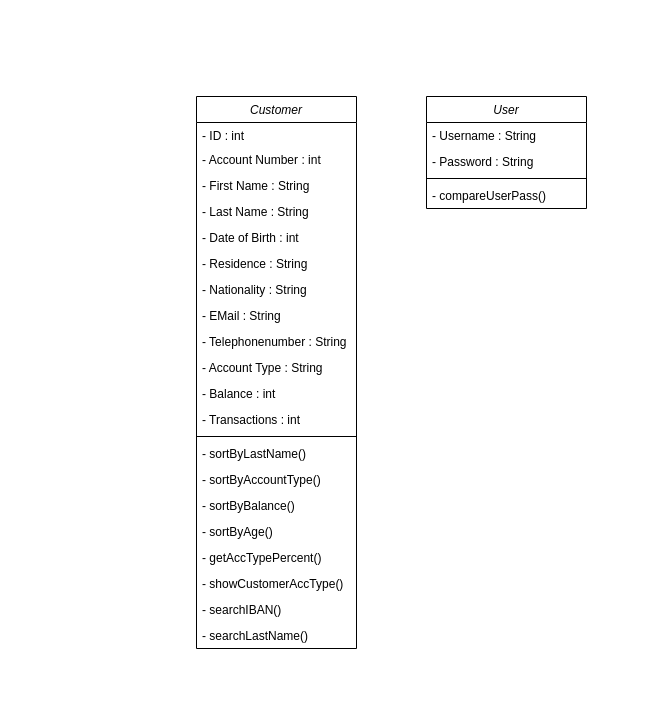
GreenSqu1rrel/c24ExamAssignmentTobiJoshi keeps this draw.io diagram as C24ExamAssignmentTobiJoshi.drawio. Above is the earlier version. Source tidied: cells renumbered, new cells numbered last; positions are measured from the earlier drawing's top-left corner, leaving out a move shared by most shapes. Both pictures are drawn from the tidied source at 100%, with x=0, y=0 at pixel (196, 96).
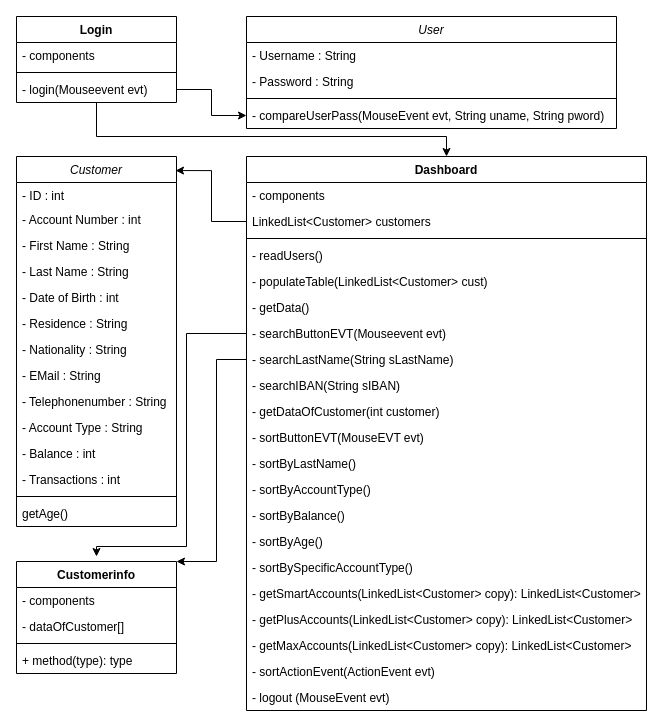
The same page after the edit.

Change to the diagram source:
```diff
@@
     <mxCell id="2" value="Customer" style="swimlane;fontStyle=2;align=center;verticalAlign=top;horizontal=1;startSize=26;rounded=0;shadow=0;strokeWidth=1;" parent="1" vertex="1">
-      <mxGeometry width="160" height="552" as="geometry" />
+      <mxGeometry x="-180" y="60" width="160" height="370" as="geometry" />
     </mxCell>
@@
-    <mxCell id="16" value="- sortByLastName()" style="text;align=left;verticalAlign=top;spacingLeft=4;spacingRight=4;overflow=hidden;" parent="2" vertex="1">
-      <mxGeometry y="344" width="160" height="26" as="geometry" />
-    </mxCell>
-    <mxCell id="17" value="- sortByAccountType()" style="text;strokeColor=none;fillColor=none;align=left;verticalAlign=top;spacingLeft=4;spacingRight=4;overflow=hidden;" parent="2" vertex="1">
-      <mxGeometry y="370" width="160" height="26" as="geometry" />
-    </mxCell>
-    <mxCell id="18" value="- sortByBalance()" style="text;strokeColor=none;fillColor=none;align=left;verticalAlign=top;spacingLeft=4;spacingRight=4;overflow=hidden;" parent="2" vertex="1">
-      <mxGeometry y="396" width="160" height="26" as="geometry" />
-    </mxCell>
-    <mxCell id="19" value="- sortByAge()" style="text;strokeColor=none;fillColor=none;align=left;verticalAlign=top;spacingLeft=4;spacingRight=4;overflow=hidden;" parent="2" vertex="1">
-      <mxGeometry y="422" width="160" height="26" as="geometry" />
-    </mxCell>
-    <mxCell id="20" value="- getAccTypePercent()" style="text;strokeColor=none;fillColor=none;align=left;verticalAlign=top;spacingLeft=4;spacingRight=4;overflow=hidden;" parent="2" vertex="1">
-      <mxGeometry y="448" width="160" height="26" as="geometry" />
-    </mxCell>
-    <mxCell id="21" value="- showCustomerAccType()" style="text;strokeColor=none;fillColor=none;align=left;verticalAlign=top;spacingLeft=4;spacingRight=4;overflow=hidden;" parent="2" vertex="1">
-      <mxGeometry y="474" width="160" height="26" as="geometry" />
-    </mxCell>
-    <mxCell id="22" value="- searchIBAN()" style="text;strokeColor=none;fillColor=none;align=left;verticalAlign=top;spacingLeft=4;spacingRight=4;overflow=hidden;" parent="2" vertex="1">
-      <mxGeometry y="500" width="160" height="26" as="geometry" />
-    </mxCell>
-    <mxCell id="23" value="- searchLastName()" style="text;strokeColor=none;fillColor=none;align=left;verticalAlign=top;spacingLeft=4;spacingRight=4;overflow=hidden;" parent="2" vertex="1">
-      <mxGeometry y="526" width="160" height="26" as="geometry" />
-    </mxCell>
+    <mxCell id="29" value="getAge()" style="text;strokeColor=none;fillColor=none;align=left;verticalAlign=top;spacingLeft=4;spacingRight=4;overflow=hidden;" parent="2" vertex="1">
+      <mxGeometry y="344" width="160" height="26" as="geometry" />
+    </mxCell>
     <mxCell id="24" value="User" style="swimlane;fontStyle=2;align=center;verticalAlign=top;horizontal=1;startSize=26;rounded=0;shadow=0;strokeWidth=1;" parent="1" vertex="1">
-      <mxGeometry x="230" width="160" height="112" as="geometry" />
+      <mxGeometry x="50" y="-80" width="370" height="112" as="geometry" />
     </mxCell>
     <mxCell id="25" value="- Username : String" style="text;align=left;verticalAlign=top;spacingLeft=4;spacingRight=4;overflow=hidden;rounded=0;shadow=0;html=0;" parent="24" vertex="1">
-      <mxGeometry y="26" width="160" height="26" as="geometry" />
+      <mxGeometry y="26" width="370" height="26" as="geometry" />
     </mxCell>
     <mxCell id="26" value="- Password : String" style="text;align=left;verticalAlign=top;spacingLeft=4;spacingRight=4;overflow=hidden;rounded=0;shadow=0;html=0;" parent="24" vertex="1">
-      <mxGeometry y="52" width="160" height="26" as="geometry" />
+      <mxGeometry y="52" width="370" height="26" as="geometry" />
     </mxCell>
     <mxCell id="27" style="line;html=1;strokeWidth=1;align=left;verticalAlign=middle;spacingTop=-1;spacingLeft=3;spacingRight=3;labelPosition=right;" parent="24" vertex="1">
-      <mxGeometry y="78" width="160" height="8" as="geometry" />
+      <mxGeometry y="78" width="370" height="8" as="geometry" />
     </mxCell>
-    <mxCell id="28" value="- compareUserPass()" style="text;align=left;verticalAlign=top;spacingLeft=4;spacingRight=4;overflow=hidden;points=[[0,0.5],[1,0.5]];portConstraint=eastwest;" parent="24" vertex="1">
-      <mxGeometry y="86" width="160" height="26" as="geometry" />
+    <mxCell id="28" value="- compareUserPass(MouseEvent evt, String uname, String pword)" style="text;align=left;verticalAlign=top;spacingLeft=4;spacingRight=4;overflow=hidden;points=[[0,0.5],[1,0.5]];portConstraint=eastwest;" parent="24" vertex="1">
+      <mxGeometry y="86" width="370" height="26" as="geometry" />
     </mxCell>
+    <mxCell id="30" style="edgeStyle=orthogonalEdgeStyle;rounded=0;jettySize=auto;html=1;" parent="1" edge="1" source="31" target="36">
+      <mxGeometry relative="1" as="geometry">
+        <Array as="points">
+          <mxPoint x="-100" y="40" />
+          <mxPoint x="250" y="40" />
+        </Array>
+      </mxGeometry>
+    </mxCell>
+    <mxCell id="31" value="Login" style="swimlane;fontStyle=1;align=center;verticalAlign=top;horizontal=1;startSize=26;" parent="1" vertex="1">
+      <mxGeometry x="-180" y="-80" width="160" height="86" as="geometry" />
+    </mxCell>
+    <mxCell id="32" value="- components" style="text;strokeColor=none;fillColor=none;align=left;verticalAlign=top;spacingLeft=4;spacingRight=4;overflow=hidden;" parent="31" vertex="1">
+      <mxGeometry y="26" width="160" height="26" as="geometry" />
+    </mxCell>
+    <mxCell id="33" style="line;strokeWidth=1;fillColor=none;align=left;verticalAlign=middle;spacingTop=-1;spacingLeft=3;spacingRight=3;labelPosition=right;strokeColor=inherit;" parent="31" vertex="1">
+      <mxGeometry y="52" width="160" height="8" as="geometry" />
+    </mxCell>
+    <mxCell id="34" value="- login(Mouseevent evt)" style="text;strokeColor=none;fillColor=none;align=left;verticalAlign=top;spacingLeft=4;spacingRight=4;overflow=hidden;points=[[0,0.5],[1,0.5]];portConstraint=eastwest;" parent="31" vertex="1">
+      <mxGeometry y="60" width="160" height="26" as="geometry" />
+    </mxCell>
+    <mxCell id="35" style="edgeStyle=orthogonalEdgeStyle;rounded=0;jettySize=auto;html=1;exitX=1;exitY=0.5;exitDx=0;exitDy=0;entryX=0;entryY=0.5;entryDx=0;entryDy=0;" parent="1" edge="1" source="34" target="28">
+      <mxGeometry relative="1" as="geometry" />
+    </mxCell>
+    <mxCell id="36" value="Dashboard" style="swimlane;fontStyle=1;align=center;verticalAlign=top;horizontal=1;startSize=26;" parent="1" vertex="1">
+      <mxGeometry x="50" y="60" width="400" height="554" as="geometry" />
+    </mxCell>
+    <mxCell id="37" value="- components" style="text;strokeColor=none;fillColor=none;align=left;verticalAlign=top;spacingLeft=4;spacingRight=4;overflow=hidden;" parent="36" vertex="1">
+      <mxGeometry y="26" width="400" height="26" as="geometry" />
+    </mxCell>
+    <mxCell id="38" value="LinkedList&lt;Customer&gt; customers" style="text;strokeColor=none;fillColor=none;align=left;verticalAlign=top;spacingLeft=4;spacingRight=4;overflow=hidden;points=[[0,0.5],[1,0.5]];portConstraint=eastwest;" parent="36" vertex="1">
+      <mxGeometry y="52" width="400" height="26" as="geometry" />
+    </mxCell>
+    <mxCell id="39" style="line;strokeWidth=1;fillColor=none;align=left;verticalAlign=middle;spacingTop=-1;spacingLeft=3;spacingRight=3;labelPosition=right;strokeColor=inherit;" parent="36" vertex="1">
+      <mxGeometry y="78" width="400" height="8" as="geometry" />
+    </mxCell>
+    <mxCell id="40" value="- readUsers()" style="text;strokeColor=none;fillColor=none;align=left;verticalAlign=top;spacingLeft=4;spacingRight=4;overflow=hidden;" parent="36" vertex="1">
+      <mxGeometry y="86" width="400" height="26" as="geometry" />
+    </mxCell>
+    <mxCell id="41" value="- populateTable(LinkedList&lt;Customer&gt; cust)" style="text;strokeColor=none;fillColor=none;align=left;verticalAlign=top;spacingLeft=4;spacingRight=4;overflow=hidden;" parent="36" vertex="1">
+      <mxGeometry y="112" width="400" height="26" as="geometry" />
+    </mxCell>
+    <mxCell id="42" value="- getData()" style="text;strokeColor=none;fillColor=none;align=left;verticalAlign=top;spacingLeft=4;spacingRight=4;overflow=hidden;" parent="36" vertex="1">
+      <mxGeometry y="138" width="400" height="26" as="geometry" />
+    </mxCell>
+    <mxCell id="43" value="- searchButtonEVT(Mouseevent evt)" style="text;strokeColor=none;fillColor=none;align=left;verticalAlign=top;spacingLeft=4;spacingRight=4;overflow=hidden;points=[[0,0.5],[1,0.5]];portConstraint=eastwest;" parent="36" vertex="1">
+      <mxGeometry y="164" width="400" height="26" as="geometry" />
+    </mxCell>
+    <mxCell id="44" value="- searchLastName(String sLastName)" style="text;strokeColor=none;fillColor=none;align=left;verticalAlign=top;spacingLeft=4;spacingRight=4;overflow=hidden;points=[[0,0.5],[1,0.5]];portConstraint=eastwest;" parent="36" vertex="1">
+      <mxGeometry y="190" width="400" height="26" as="geometry" />
+    </mxCell>
+    <mxCell id="45" value="- searchIBAN(String sIBAN)" style="text;strokeColor=none;fillColor=none;align=left;verticalAlign=top;spacingLeft=4;spacingRight=4;overflow=hidden;" parent="36" vertex="1">
+      <mxGeometry y="216" width="400" height="26" as="geometry" />
+    </mxCell>
+    <mxCell id="46" value="- getDataOfCustomer(int customer)" style="text;strokeColor=none;fillColor=none;align=left;verticalAlign=top;spacingLeft=4;spacingRight=4;overflow=hidden;" parent="36" vertex="1">
+      <mxGeometry y="242" width="400" height="26" as="geometry" />
+    </mxCell>
+    <mxCell id="47" value="- sortButtonEVT(MouseEVT evt)" style="text;strokeColor=none;fillColor=none;align=left;verticalAlign=top;spacingLeft=4;spacingRight=4;overflow=hidden;" parent="36" vertex="1">
+      <mxGeometry y="268" width="400" height="26" as="geometry" />
+    </mxCell>
+    <mxCell id="16" value="- sortByLastName()" style="text;strokeColor=none;fillColor=none;align=left;verticalAlign=top;spacingLeft=4;spacingRight=4;overflow=hidden;" parent="36" vertex="1">
+      <mxGeometry y="294" width="400" height="26" as="geometry" />
+    </mxCell>
+    <mxCell id="17" value="- sortByAccountType()" style="text;strokeColor=none;fillColor=none;align=left;verticalAlign=top;spacingLeft=4;spacingRight=4;overflow=hidden;" parent="36" vertex="1">
+      <mxGeometry y="320" width="400" height="26" as="geometry" />
+    </mxCell>
+    <mxCell id="18" value="- sortByBalance()" style="text;strokeColor=none;fillColor=none;align=left;verticalAlign=top;spacingLeft=4;spacingRight=4;overflow=hidden;" parent="36" vertex="1">
+      <mxGeometry y="346" width="400" height="26" as="geometry" />
+    </mxCell>
+    <mxCell id="19" value="- sortByAge()" style="text;strokeColor=none;fillColor=none;align=left;verticalAlign=top;spacingLeft=4;spacingRight=4;overflow=hidden;" parent="36" vertex="1">
+      <mxGeometry y="372" width="400" height="26" as="geometry" />
+    </mxCell>
+    <mxCell id="48" value="- sortBySpecificAccountType()" style="text;strokeColor=none;fillColor=none;align=left;verticalAlign=top;spacingLeft=4;spacingRight=4;overflow=hidden;" parent="36" vertex="1">
+      <mxGeometry y="398" width="400" height="26" as="geometry" />
+    </mxCell>
+    <mxCell id="49" value="- getSmartAccounts(LinkedList&lt;Customer&gt; copy): LinkedList&lt;Customer&gt;" style="text;strokeColor=none;fillColor=none;align=left;verticalAlign=top;spacingLeft=4;spacingRight=4;overflow=hidden;" parent="36" vertex="1">
+      <mxGeometry y="424" width="400" height="26" as="geometry" />
+    </mxCell>
+    <mxCell id="50" value="- getPlusAccounts(LinkedList&lt;Customer&gt; copy): LinkedList&lt;Customer&gt;" style="text;strokeColor=none;fillColor=none;align=left;verticalAlign=top;spacingLeft=4;spacingRight=4;overflow=hidden;" parent="36" vertex="1">
+      <mxGeometry y="450" width="400" height="26" as="geometry" />
+    </mxCell>
+    <mxCell id="51" value="- getMaxAccounts(LinkedList&lt;Customer&gt; copy): LinkedList&lt;Customer&gt;" style="text;strokeColor=none;fillColor=none;align=left;verticalAlign=top;spacingLeft=4;spacingRight=4;overflow=hidden;" parent="36" vertex="1">
+      <mxGeometry y="476" width="400" height="26" as="geometry" />
+    </mxCell>
+    <mxCell id="52" value="- sortActionEvent(ActionEvent evt)" style="text;strokeColor=none;fillColor=none;align=left;verticalAlign=top;spacingLeft=4;spacingRight=4;overflow=hidden;" parent="36" vertex="1">
+      <mxGeometry y="502" width="400" height="26" as="geometry" />
+    </mxCell>
+    <mxCell id="53" value="- logout (MouseEvent evt)" style="text;strokeColor=none;fillColor=none;align=left;verticalAlign=top;spacingLeft=4;spacingRight=4;overflow=hidden;" parent="36" vertex="1">
+      <mxGeometry y="528" width="400" height="26" as="geometry" />
+    </mxCell>
+    <mxCell id="54" style="edgeStyle=orthogonalEdgeStyle;rounded=0;jettySize=auto;html=1;entryX=0.994;entryY=0.038;entryDx=0;entryDy=0;entryPerimeter=0;" parent="1" edge="1" source="38" target="2">
+      <mxGeometry relative="1" as="geometry" />
+    </mxCell>
+    <mxCell id="55" value="Customerinfo" style="swimlane;fontStyle=1;align=center;verticalAlign=top;horizontal=1;startSize=26;" parent="1" vertex="1">
+      <mxGeometry x="-180" y="465" width="160" height="112" as="geometry" />
+    </mxCell>
+    <mxCell id="56" value="- components" style="text;strokeColor=none;fillColor=none;align=left;verticalAlign=top;spacingLeft=4;spacingRight=4;overflow=hidden;" parent="55" vertex="1">
+      <mxGeometry y="26" width="160" height="26" as="geometry" />
+    </mxCell>
+    <mxCell id="57" value="- dataOfCustomer[]" style="text;strokeColor=none;fillColor=none;align=left;verticalAlign=top;spacingLeft=4;spacingRight=4;overflow=hidden;" parent="55" vertex="1">
+      <mxGeometry y="52" width="160" height="26" as="geometry" />
+    </mxCell>
+    <mxCell id="58" style="line;strokeWidth=1;fillColor=none;align=left;verticalAlign=middle;spacingTop=-1;spacingLeft=3;spacingRight=3;labelPosition=right;strokeColor=inherit;" parent="55" vertex="1">
+      <mxGeometry y="78" width="160" height="8" as="geometry" />
+    </mxCell>
+    <mxCell id="59" value="+ method(type): type" style="text;strokeColor=none;fillColor=none;align=left;verticalAlign=top;spacingLeft=4;spacingRight=4;overflow=hidden;" parent="55" vertex="1">
+      <mxGeometry y="86" width="160" height="26" as="geometry" />
+    </mxCell>
+    <mxCell id="60" style="edgeStyle=orthogonalEdgeStyle;rounded=0;jettySize=auto;html=1;exitX=0;exitY=0.5;exitDx=0;exitDy=0;" parent="1" edge="1" source="43">
+      <mxGeometry relative="1" as="geometry">
+        <mxPoint x="-100" y="460" as="targetPoint" />
+        <Array as="points">
+          <mxPoint x="-10" y="237" />
+          <mxPoint x="-10" y="450" />
+          <mxPoint x="-100" y="450" />
+        </Array>
+      </mxGeometry>
+    </mxCell>
+    <mxCell id="61" style="edgeStyle=orthogonalEdgeStyle;rounded=0;jettySize=auto;html=1;exitX=0;exitY=0.5;exitDx=0;exitDy=0;entryX=1;entryY=0;entryDx=0;entryDy=0;" parent="1" edge="1" source="44" target="55">
+      <mxGeometry relative="1" as="geometry">
+        <Array as="points">
+          <mxPoint x="20" y="263" />
+          <mxPoint x="20" y="465" />
+        </Array>
+      </mxGeometry>
+    </mxCell>
```
